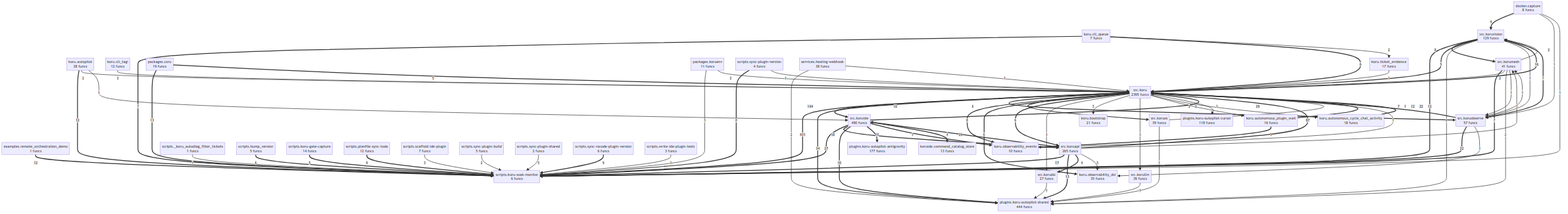
The Mermaid diagram project/compact_flow.png in semcod/koru, before a commit. Its source is kept beside it as project/compact_flow.mmd.
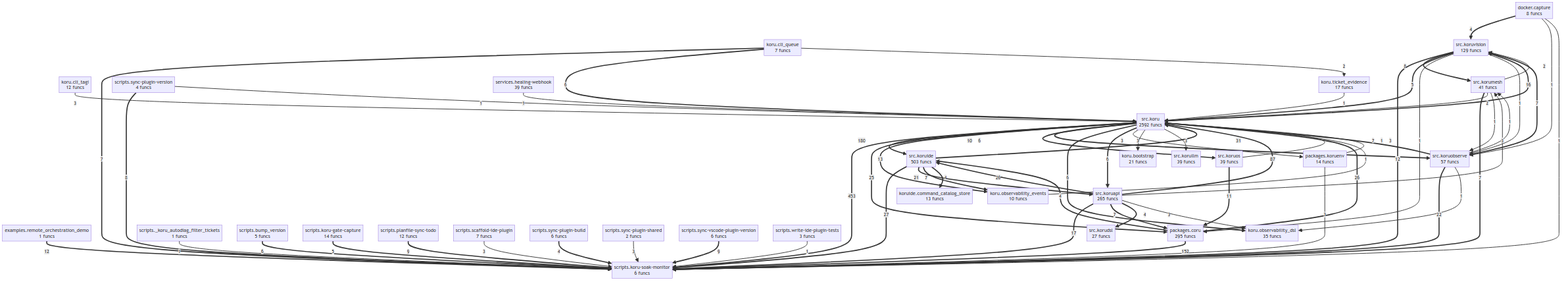
Later version of the same file.

Change to the diagram source:
```diff
@@ -1,9 +1,6 @@
 flowchart TD
     docker__capture["docker.capture<br/>8 funcs"]
     examples__remote_orchestration_demo["examples.remote_orchestration_demo<br/>1 funcs"]
-    koru__autonomous_cycle_chat_activity["koru.autonomous_cycle_chat_activity<br/>18 funcs"]
-    koru__autonomous_plugin_wait["koru.autonomous_plugin_wait<br/>16 funcs"]
-    koru__autopilot["koru.autopilot<br/>28 funcs"]
     koru__bootstrap["koru.bootstrap<br/>21 funcs"]
     koru__cli_queue["koru.cli_queue<br/>7 funcs"]
     koru__cli_tagi["koru.cli_tagi<br/>12 funcs"]
@@ -11,60 +8,54 @@
     koru__observability_events["koru.observability_events<br/>10 funcs"]
     koru__ticket_evidence["koru.ticket_evidence<br/>17 funcs"]
     koruide__command_catalog_store["koruide.command_catalog_store<br/>13 funcs"]
-    packages__coru["packages.coru<br/>19 funcs"]
-    packages__koruenv["packages.koruenv<br/>11 funcs"]
-    plugins__koru_autopilot_antigravity["plugins.koru-autopilot-antigravity<br/>177 funcs"]
-    plugins__koru_autopilot_cursor["plugins.koru-autopilot-cursor<br/>118 funcs"]
-    plugins__koru_autopilot_shared["plugins.koru-autopilot-shared<br/>444 funcs"]
+    packages__coru["packages.coru<br/>295 funcs"]
+    packages__koruenv["packages.koruenv<br/>14 funcs"]
     scripts___koru_autodiag_filter_tickets["scripts._koru_autodiag_filter_tickets<br/>1 funcs"]
     scripts__bump_version["scripts.bump_version<br/>5 funcs"]
     scripts__koru_gate_capture["scripts.koru-gate-capture<br/>14 funcs"]
     scripts__koru_soak_monitor["scripts.koru-soak-monitor<br/>6 funcs"]
     scripts__planfile_sync_todo["scripts.planfile-sync-todo<br/>12 funcs"]
     scripts__scaffold_ide_plugin["scripts.scaffold-ide-plugin<br/>7 funcs"]
-    scripts__sync_plugin_build["scripts.sync-plugin-build<br/>5 funcs"]
+    scripts__sync_plugin_build["scripts.sync-plugin-build<br/>6 funcs"]
     scripts__sync_plugin_shared["scripts.sync-plugin-shared<br/>2 funcs"]
     scripts__sync_plugin_version["scripts.sync-plugin-version<br/>4 funcs"]
     scripts__sync_vscode_plugin_version["scripts.sync-vscode-plugin-version<br/>6 funcs"]
     scripts__write_ide_plugin_tests["scripts.write-ide-plugin-tests<br/>3 funcs"]
-    services__healing_webhook["services.healing-webhook<br/>38 funcs"]
-    src__koru["src.koru<br/>2395 funcs"]
+    services__healing_webhook["services.healing-webhook<br/>39 funcs"]
+    src__koru["src.koru<br/>2592 funcs"]
     src__koruapi["src.koruapi<br/>265 funcs"]
     src__korudsl["src.korudsl<br/>27 funcs"]
-    src__koruide["src.koruide<br/>490 funcs"]
+    src__koruide["src.koruide<br/>503 funcs"]
     src__korullm["src.korullm<br/>39 funcs"]
     src__korumesh["src.korumesh<br/>41 funcs"]
     src__koruobserve["src.koruobserve<br/>57 funcs"]
     src__koruos["src.koruos<br/>39 funcs"]
     src__koruvision["src.koruvision<br/>129 funcs"]
-    src__koru ==>|431| scripts__koru_soak_monitor
-    src__koru ==>|144| src__koruide
+    src__koru ==>|453| scripts__koru_soak_monitor
+    src__koru ==>|180| src__koruide
+    packages__coru ==>|152| scripts__koru_soak_monitor
     src__koruapi ==>|87| src__koru
-    src__koru ==>|34| plugins__koru_autopilot_shared
-    src__koruide ==>|29| src__koru
+    src__koruide ==>|31| src__koru
     src__koruide ==>|27| scripts__koru_soak_monitor
+    packages__coru ==>|26| src__koru
     src__koruapi ==>|26| src__koruide
+    src__koru ==>|25| packages__coru
     src__koruobserve ==>|22| scripts__koru_soak_monitor
-    koru__autonomous_cycle_chat_activity ==>|22| src__koru
-    src__koruide ==>|18| src__koruapi
+    src__koruide ==>|21| src__koruapi
     src__koruapi ==>|17| scripts__koru_soak_monitor
     src__koru ==>|16| src__koruvision
-    src__koruapi ==>|13| plugins__koru_autopilot_shared
-    packages__coru ==>|13| scripts__koru_soak_monitor
+    src__koru ==>|13| koru__observability_events
     examples__remote_orchestration_demo ==>|12| scripts__koru_soak_monitor
     src__koruvision ==>|12| scripts__koru_soak_monitor
-    koru__autonomous_plugin_wait ==>|12| src__koru
-    koru__autopilot ==>|12| scripts__koru_soak_monitor
-    src__koruide ==>|10| plugins__koru_autopilot_shared
-    src__koruide ==>|10| plugins__koru_autopilot_antigravity
+    src__koruos ==>|11| packages__coru
     src__koru ==>|10| src__koruobserve
     scripts__planfile_sync_todo ==>|9| scripts__koru_soak_monitor
     scripts__sync_vscode_plugin_version ==>|9| scripts__koru_soak_monitor
     src__koruvision ==>|8| src__korumesh
-    src__koru ==>|8| koru__observability_events
     scripts__sync_plugin_version ==>|8| scripts__koru_soak_monitor
     src__koruobserve ==>|7| src__koru
     src__koruobserve ==>|7| src__koruvision
+    src__koruapi ==>|7| packages__coru
     src__korumesh ==>|7| scripts__koru_soak_monitor
     src__koruide ==>|7| koru__observability_events
     koru__cli_queue ==>|7| scripts__koru_soak_monitor
@@ -74,45 +65,34 @@
     koru__cli_queue ==>|6| src__koru
     scripts__bump_version ==>|6| scripts__koru_soak_monitor
     src__koruvision ==>|5| src__koru
-    koru__autonomous_plugin_wait ==>|5| koru__observability_events
     scripts__koru_gate_capture ==>|5| scripts__koru_soak_monitor
-    packages__coru ==>|5| src__koru
+    packages__coru ==>|4| src__koruide
     src__koruapi ==>|4| src__korudsl
     src__koruide ==>|4| koruide__command_catalog_store
     docker__capture ==>|4| src__koruvision
+    scripts__sync_plugin_build ==>|4| scripts__koru_soak_monitor
+    packages__koruenv -->|3| src__koru
+    packages__koruenv -->|3| scripts__koru_soak_monitor
     src__koruapi -->|3| src__korumesh
     src__koruapi -->|3| koru__observability_dsl
-    src__koru -->|3| src__korudsl
+    src__koru -->|3| packages__koruenv
     src__koru -->|3| koru__bootstrap
     src__koru -->|3| src__korullm
     koru__cli_tagi -->|3| src__koru
     scripts__sync_plugin_shared -->|3| scripts__koru_soak_monitor
     scripts__scaffold_ide_plugin -->|3| scripts__koru_soak_monitor
-    packages__koruenv -->|3| scripts__koru_soak_monitor
-    services__healing_webhook -->|2| plugins__koru_autopilot_shared
-    src__koruvision -->|2| plugins__koru_autopilot_shared
     src__korumesh -->|2| src__koru
     src__korumesh -->|2| src__koruvision
-    src__korumesh -->|2| plugins__koru_autopilot_shared
-    src__koru -->|2| koru__autonomous_plugin_wait
     koru__cli_queue -->|2| koru__ticket_evidence
-    src__koru -->|2| koru__autonomous_cycle_chat_activity
-    koru__autopilot -->|2| src__koru
-    scripts__sync_plugin_build -->|2| scripts__koru_soak_monitor
-    packages__koruenv -->|2| src__koru
     services__healing_webhook -->|1| src__koru
     src__koruobserve -->|1| src__korumesh
     src__koruobserve -->|1| koru__observability_dsl
-    src__koruos -->|1| plugins__koru_autopilot_shared
     src__koruos -->|1| src__koru
-    src__korudsl -->|1| plugins__koru_autopilot_shared
-    src__korullm -->|1| plugins__koru_autopilot_shared
+    src__koruvision -->|1| packages__coru
     src__koruvision -->|1| src__koruobserve
     src__korumesh -->|1| src__koruobserve
-    src__koru -->|1| plugins__koru_autopilot_cursor
     koru__ticket_evidence -->|1| src__koru
     koru__observability_events -->|1| src__koru
-    koru__autopilot -->|1| src__koruide
     docker__capture -->|1| src__koruobserve
     docker__capture -->|1| scripts__koru_soak_monitor
     scripts__write_ide_plugin_tests -->|1| scripts__koru_soak_monitor
```
